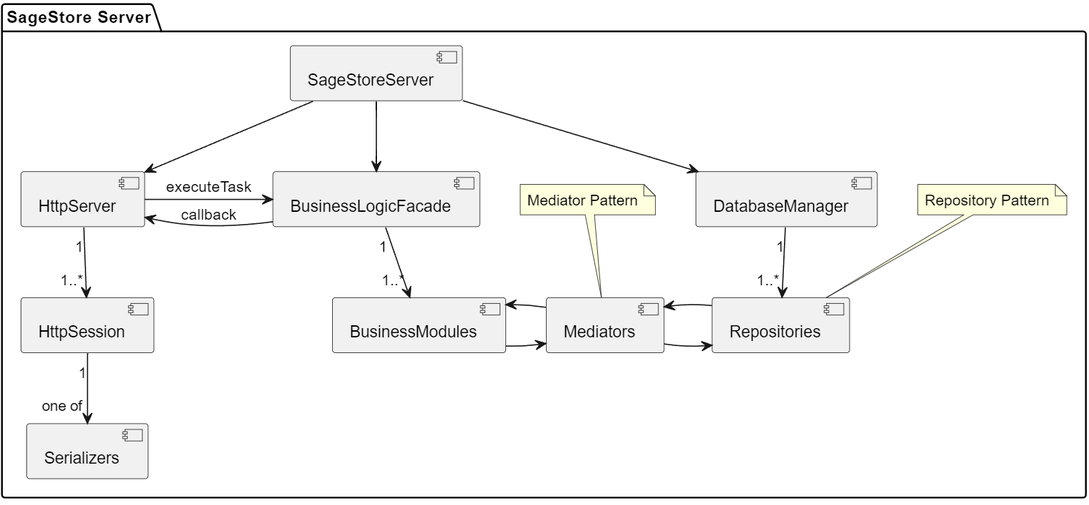
This is docs/server/Server_Design.png from Sage-Cat/SageStore, a PlantUML export, as it was before one commit. Its source is kept beside it as docs/server/plantuml/Server_Design.puml.
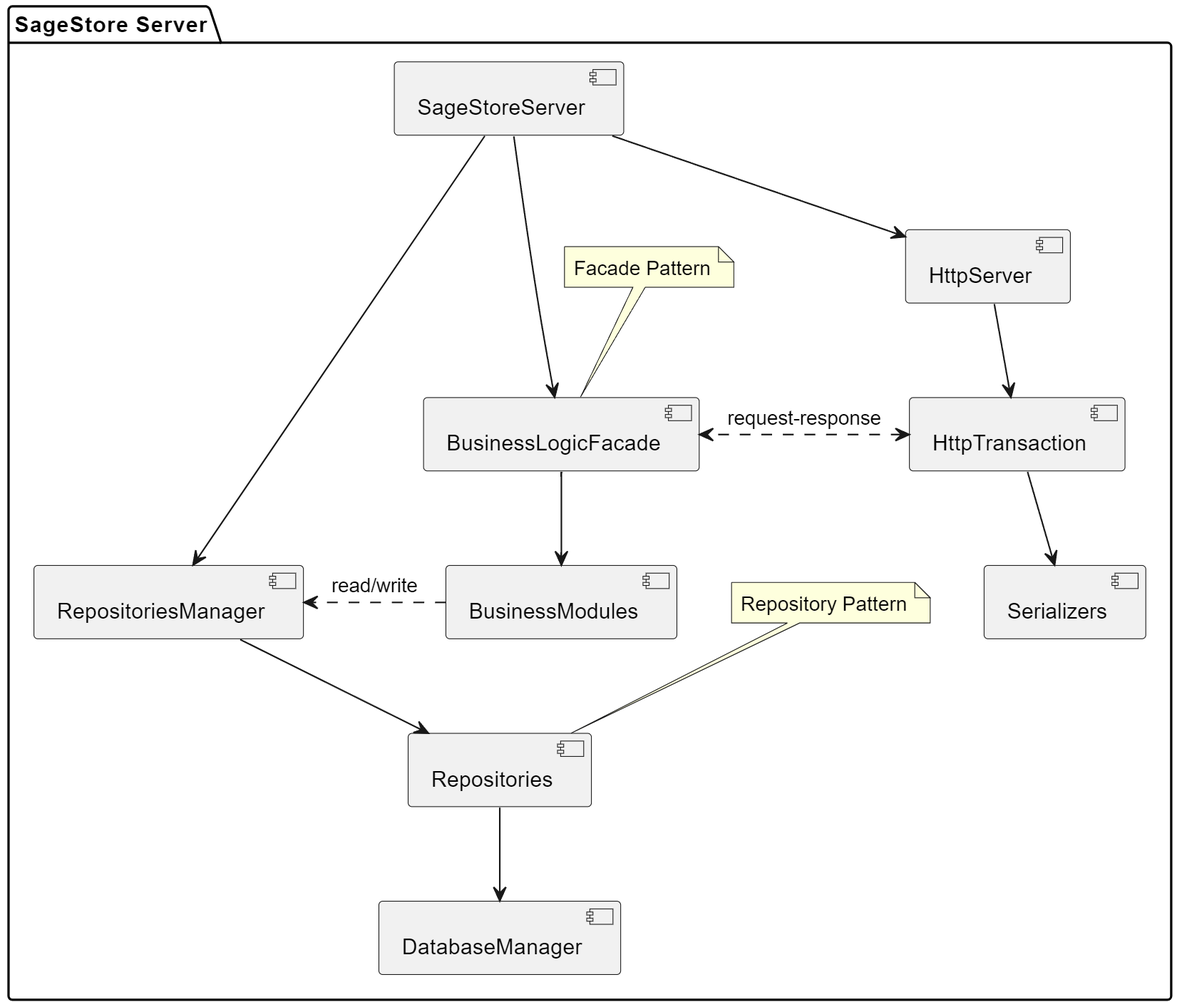
Above is the later version.

Diff of the diagram source:
```diff
@@ -8,34 +8,30 @@
     [Serializers] as S
     [BusinessLogicFacade] as BLF
     [BusinessModules] as BM
-    [Mediators] as M
+    [RepositoriesManager] as RM
     [DatabaseManager] as DM
     [Repositories] as R
 
     SSS -down-> HS
     SSS -down-> BLF
-    SSS -down-> DM
+    SSS -down-> RM
 
-    HS -right-> BLF : "executeTask"
-    HS <-right- BLF : "callback"
+    HS -down-> HT
+    HT -down-> S
 
-    HS "1"-down->"1..*" HT
-    HT "1"-down->"1" S
+    BLF -down-> BM
+    HT <.> BLF : "request-response"
 
-    BLF "1"-down->"1..*" BM
+    RM -down-> R
+    R -down-> DM
 
-    DM "1"-down->"1..*" R
+    BM .> RM : "read/write"
 
-    BM -right-> M
-    BM <-right- M
-    M -right-> R
-    M <-right- R
+    note "Repository Pattern" as RepoNote1
+    RepoNote1 .. R
 
-    note "Mediator Pattern" as MediatorNote
-    MediatorNote .. M
-
-    note "Repository Pattern" as RepoNote
-    RepoNote .. R
+    note "Facade Pattern" as RepoNote2
+    RepoNote2 .. BLF
 }
 
 @enduml
```
